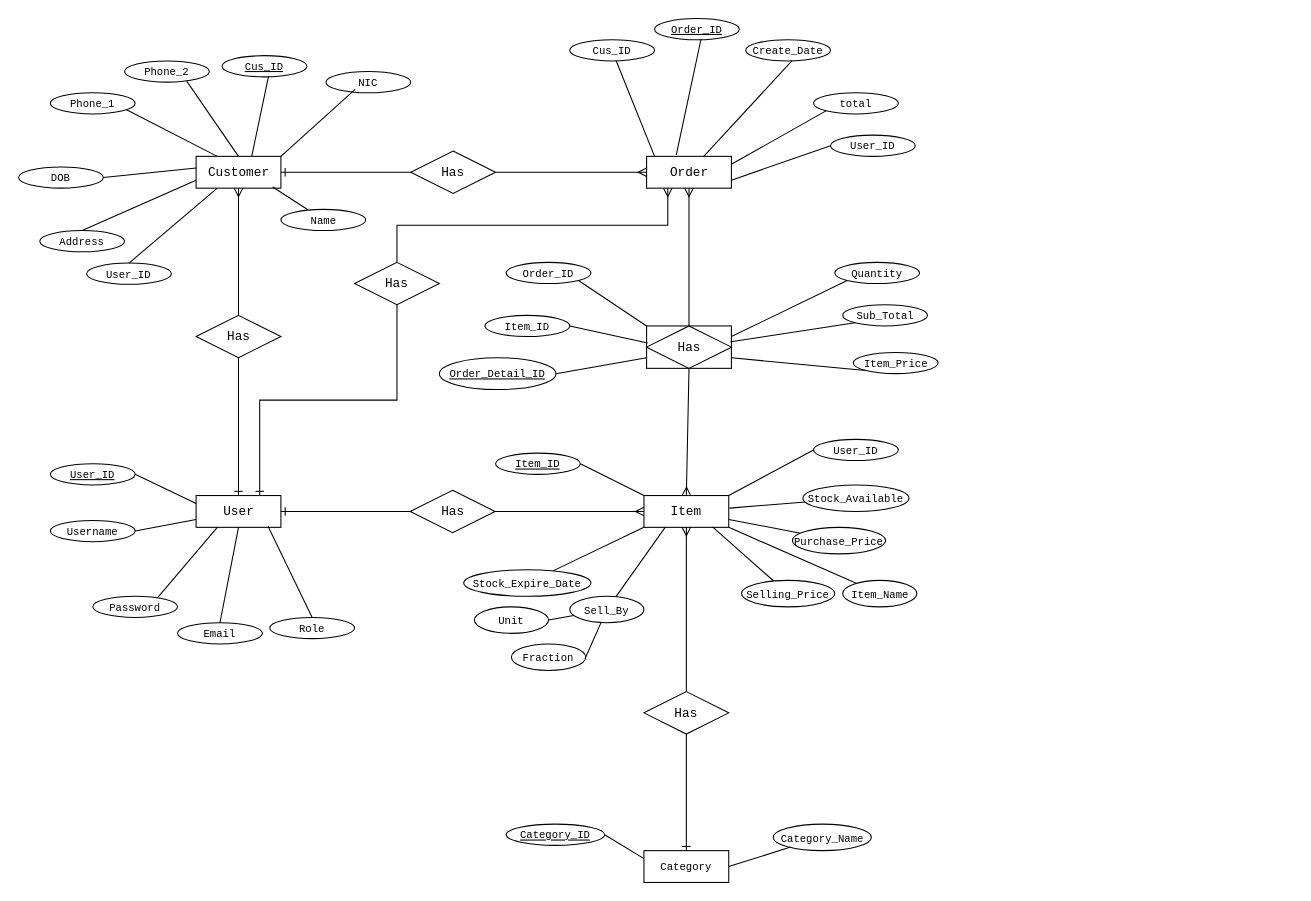
Earlier version of the draw.io diagram page "Page-1" (1 of 2) of POS.drawio (AmilSrinath/New-POS). Source tidied: cells renumbered, new cells numbered last; positions are measured from the earlier drawing's top-left corner, leaving out a move shared by most shapes. Both pictures are drawn from the tidied source at 106%, with x=0, y=0 at pixel (18, 18).
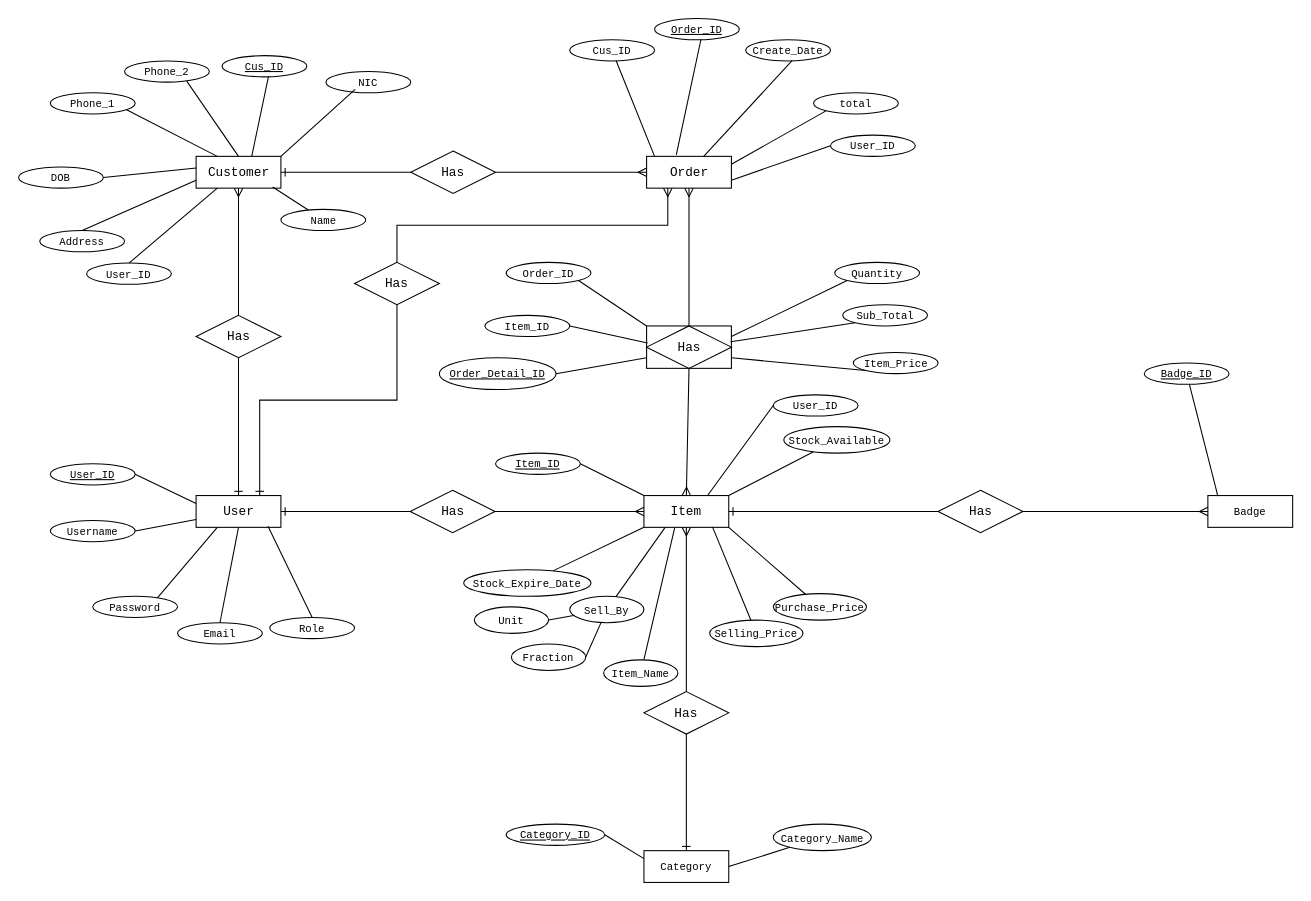
The same page after the edit.

Unchanged cells that the change refers to:
```xml
<mxCell id="2" value="&lt;font face=&quot;Courier New&quot;&gt;Item&lt;/font&gt;" style="whiteSpace=wrap;html=1;align=center;" parent="1" vertex="1">
  <mxGeometry x="590" y="450" width="80" height="30" as="geometry" />
</mxCell>
```

Diff of the diagram source:
```diff
@@
-    <mxCell id="3" style="rounded=0;jettySize=auto;html=1;endArrow=none;endFill=0;entryX=1;entryY=1;entryDx=0;entryDy=0;" parent="1" edge="1" source="4" target="2">
+    <mxCell id="3" style="rounded=0;jettySize=auto;html=1;endArrow=none;endFill=0;entryX=0.363;entryY=1.005;entryDx=0;entryDy=0;entryPerimeter=0;" parent="1" edge="1" source="4" target="2">
       <mxGeometry relative="1" as="geometry" />
     </mxCell>
     <mxCell id="4" value="&lt;font face=&quot;Courier New&quot; style=&quot;font-size: 10px;&quot;&gt;Item_Name&lt;/font&gt;" style="ellipse;whiteSpace=wrap;html=1;align=center;" parent="1" vertex="1">
-      <mxGeometry x="777.5" y="530" width="70" height="25" as="geometry" />
+      <mxGeometry x="552" y="605" width="70" height="25" as="geometry" />
     </mxCell>
@@
     <mxCell id="6" value="&lt;font face=&quot;Courier New&quot; style=&quot;font-size: 10px;&quot;&gt;Selling_Price&lt;/font&gt;" style="ellipse;whiteSpace=wrap;html=1;align=center;" parent="1" vertex="1">
-      <mxGeometry x="682" y="530" width="88" height="25" as="geometry" />
+      <mxGeometry x="652" y="567.5" width="88" height="25" as="geometry" />
     </mxCell>
-    <mxCell id="7" style="rounded=0;jettySize=auto;html=1;endArrow=none;endFill=0;entryX=1;entryY=0.75;entryDx=0;entryDy=0;" parent="1" edge="1" source="8" target="2">
+    <mxCell id="7" style="rounded=0;jettySize=auto;html=1;endArrow=none;endFill=0;entryX=1;entryY=1;entryDx=0;entryDy=0;" parent="1" edge="1" source="8" target="2">
       <mxGeometry relative="1" as="geometry" />
     </mxCell>
     <mxCell id="8" value="&lt;font face=&quot;Courier New&quot;&gt;&lt;font size=&quot;1&quot;&gt;Purchase_Price&lt;/font&gt;&lt;/font&gt;" style="ellipse;whiteSpace=wrap;html=1;align=center;" parent="1" vertex="1">
-      <mxGeometry x="730" y="480" width="88" height="25" as="geometry" />
+      <mxGeometry x="712" y="542.5" width="88" height="25" as="geometry" />
     </mxCell>
-    <mxCell id="9" style="rounded=0;jettySize=auto;html=1;endArrow=none;endFill=0;entryX=1.008;entryY=0.395;entryDx=0;entryDy=0;entryPerimeter=0;" parent="1" edge="1" source="10" target="2">
+    <mxCell id="9" style="rounded=0;jettySize=auto;html=1;endArrow=none;endFill=0;entryX=1;entryY=0;entryDx=0;entryDy=0;" parent="1" edge="1" source="10" target="2">
       <mxGeometry relative="1" as="geometry" />
     </mxCell>
     <mxCell id="10" value="&lt;font face=&quot;Courier New&quot;&gt;&lt;font size=&quot;1&quot;&gt;Stock_Available&lt;/font&gt;&lt;/font&gt;" style="ellipse;whiteSpace=wrap;html=1;align=center;" parent="1" vertex="1">
-      <mxGeometry x="740" y="440" width="100" height="25" as="geometry" />
+      <mxGeometry x="722" y="385" width="100" height="25" as="geometry" />
     </mxCell>
@@
     <mxCell id="77" value="&lt;font face=&quot;Courier New&quot;&gt;&lt;font size=&quot;1&quot;&gt;User_ID&lt;/font&gt;&lt;/font&gt;" style="ellipse;whiteSpace=wrap;html=1;align=center;" parent="1" vertex="1">
-      <mxGeometry x="750" y="397" width="80" height="20" as="geometry" />
+      <mxGeometry x="712" y="355" width="80" height="20" as="geometry" />
     </mxCell>
-    <mxCell id="78" style="rounded=0;jettySize=auto;html=1;endArrow=none;endFill=0;entryX=1;entryY=0;entryDx=0;entryDy=0;exitX=0;exitY=0.5;exitDx=0;exitDy=0;" parent="1" edge="1" source="77" target="2">
+    <mxCell id="78" style="rounded=0;jettySize=auto;html=1;endArrow=none;endFill=0;entryX=0.75;entryY=0;entryDx=0;entryDy=0;exitX=0;exitY=0.5;exitDx=0;exitDy=0;" parent="1" edge="1" source="77" target="2">
       <mxGeometry relative="1" as="geometry" />
     </mxCell>
@@
+    <mxCell id="97" value="&lt;font face=&quot;Courier New&quot;&gt;Has&lt;/font&gt;" style="shape=rhombus;perimeter=rhombusPerimeter;whiteSpace=wrap;html=1;align=center;" parent="1" vertex="1">
+      <mxGeometry x="867.5" y="445" width="80" height="40" as="geometry" />
+    </mxCell>
+    <mxCell id="98" value="&lt;span style=&quot;font-family: &amp;quot;Courier New&amp;quot;; font-size: 10px;&quot;&gt;Badge&lt;/span&gt;" style="whiteSpace=wrap;html=1;align=center;" parent="1" vertex="1">
+      <mxGeometry x="1122" y="450" width="80" height="30" as="geometry" />
+    </mxCell>
+    <mxCell id="99" style="fontSize=12;html=1;endArrow=ERmany;rounded=0;entryX=0;entryY=0.5;entryDx=0;entryDy=0;exitX=1;exitY=0.5;exitDx=0;exitDy=0;" parent="1" edge="1" source="97" target="98">
+      <mxGeometry relative="1" as="geometry" />
+    </mxCell>
+    <mxCell id="100" style="fontSize=12;html=1;endArrow=ERone;endFill=1;rounded=0;entryX=1;entryY=0.5;entryDx=0;entryDy=0;exitX=0;exitY=0.5;exitDx=0;exitDy=0;" parent="1" edge="1" source="97" target="2">
+      <mxGeometry relative="1" as="geometry" />
+    </mxCell>
+    <mxCell id="101" value="&lt;font face=&quot;Courier New&quot;&gt;&lt;font size=&quot;1&quot;&gt;&lt;u&gt;Badge_ID&lt;/u&gt;&lt;/font&gt;&lt;/font&gt;" style="ellipse;whiteSpace=wrap;html=1;align=center;" parent="1" vertex="1">
+      <mxGeometry x="1062" y="325" width="80" height="20" as="geometry" />
+    </mxCell>
+    <mxCell id="102" style="rounded=0;jettySize=auto;html=1;endArrow=none;endFill=0;entryX=0.118;entryY=0.016;entryDx=0;entryDy=0;entryPerimeter=0;" parent="1" edge="1" source="101" target="98">
+      <mxGeometry relative="1" as="geometry" />
+    </mxCell>
```
